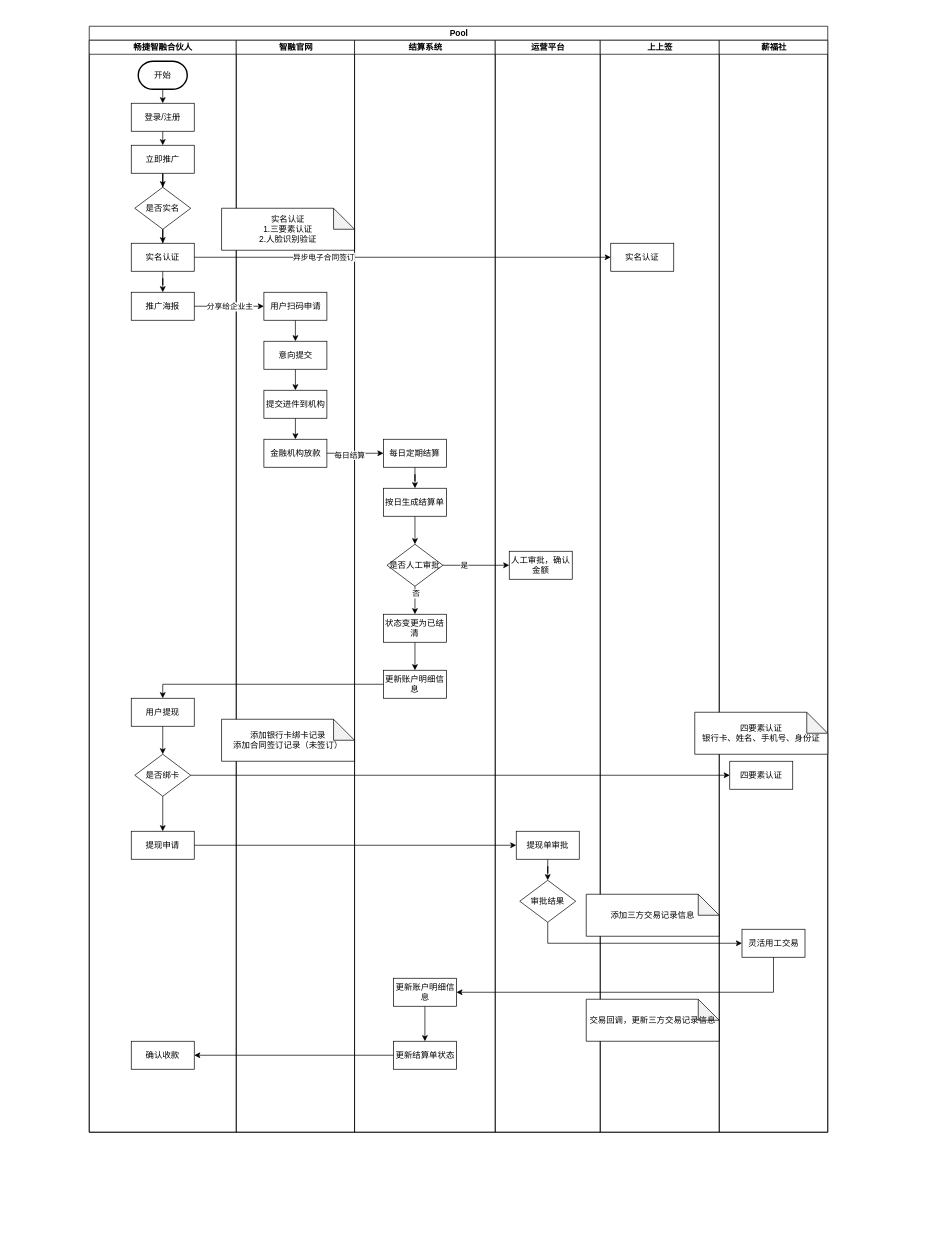
This is page "第 4 页" (4 of 5) of 未命名绘图.drawio from 789489498/kafka-trunk, a draw.io file, before an edit. Source tidied: cells renumbered, new cells numbered last; positions are measured from the earlier drawing's top-left corner, leaving out a move shared by most shapes. Both pictures are drawn from the tidied source at 70%, with x=0, y=0 at pixel (89, 26).
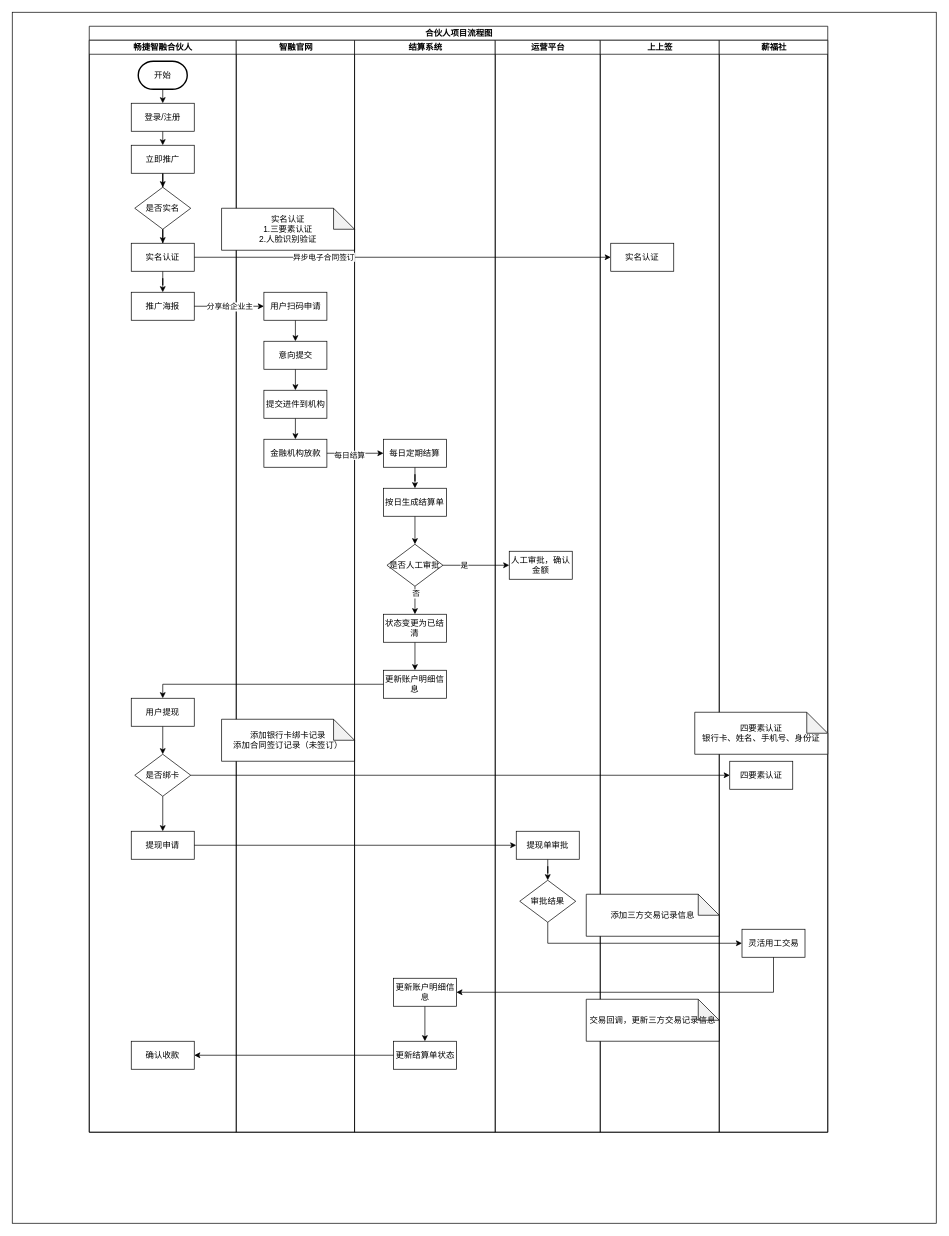
Above is the later version.

Diff of the diagram source:
```diff
@@
+    <mxCell id="72" style="rounded=0;whiteSpace=wrap;html=1;" parent="1" vertex="1">
+      <mxGeometry x="-110" y="-20" width="1320" height="1730" as="geometry" />
+    </mxCell>
-    <mxCell id="2" value="Pool" style="swimlane;startSize=20;html=1;" parent="1" vertex="1">
+    <mxCell id="2" value="合伙人项目流程图" style="swimlane;startSize=20;html=1;" parent="1" vertex="1">
       <mxGeometry width="1055" height="1580" as="geometry" />
     </mxCell>
```
